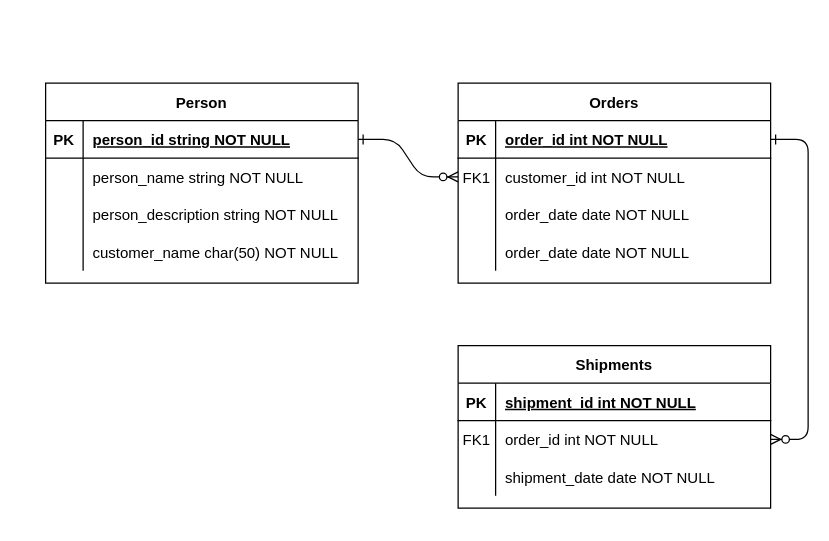
Earlier version of the draw.io diagram NamesRememberer_relation.drawio (emiletremblay01/components-peripherie2). Source tidied: cells renumbered, new cells numbered last; positions are measured from the earlier drawing's top-left corner, leaving out a move shared by most shapes. Both pictures are drawn from the tidied source at 125%, with x=0, y=0 at pixel (45, 82).
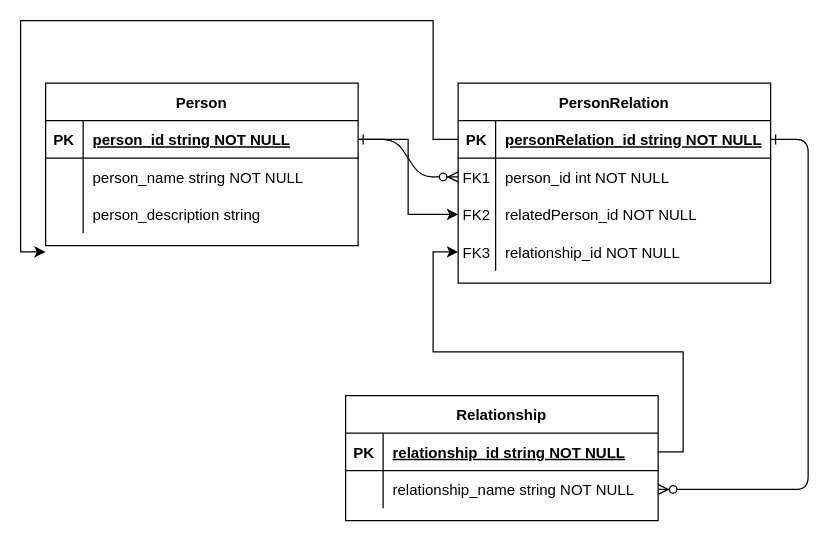
After the change.

Commit message:
updtate: relationtable

Unchanged cells that the change refers to:
```xml
<mxCell id="5" style="shape=partialRectangle;fillColor=none;points=[[0,0.5],[1,0.5]];portConstraint=eastwest;top=0;left=0;right=0;bottom=1;" parent="4" vertex="1">
  <mxGeometry y="30" width="250" height="30" as="geometry" />
</mxCell>
<mxCell id="8" style="shape=partialRectangle;fillColor=none;points=[[0,0.5],[1,0.5]];portConstraint=eastwest;top=0;left=0;right=0;bottom=0;" parent="4" vertex="1">
  <mxGeometry y="60" width="250" height="30" as="geometry" />
</mxCell>
<mxCell id="18" style="shape=partialRectangle;fillColor=none;points=[[0,0.5],[1,0.5]];portConstraint=eastwest;top=0;left=0;right=0;bottom=1;" parent="17" vertex="1">
  <mxGeometry y="30" width="250" height="30" as="geometry" />
</mxCell>
<mxCell id="21" style="shape=partialRectangle;fillColor=none;points=[[0,0.5],[1,0.5]];portConstraint=eastwest;top=0;left=0;right=0;bottom=0;" parent="17" vertex="1">
  <mxGeometry y="60" width="250" height="30" as="geometry" />
</mxCell>
<mxCell id="28" style="shape=partialRectangle;fillColor=none;points=[[0,0.5],[1,0.5]];portConstraint=eastwest;top=0;left=0;right=0;bottom=1;" parent="27" vertex="1">
  <mxGeometry y="30" width="250" height="30" as="geometry" />
</mxCell>
<mxCell id="34" style="shape=partialRectangle;fillColor=none;top=0;left=0;right=0;bottom=0;" parent="27" vertex="1">
  <mxGeometry y="90" width="250" height="30" as="geometry" />
</mxCell>
```

Change to the diagram source:
```diff
@@
-    <mxCell id="4" value="Orders" style="shape=table;startSize=30;childLayout=tableLayout;rowLines=0;fontStyle=1;align=center;" parent="1" vertex="1">
+    <mxCell id="4" value="PersonRelation" style="shape=table;startSize=30;childLayout=tableLayout;rowLines=0;fontStyle=1;align=center;" parent="1" vertex="1">
       <mxGeometry x="330" width="250" height="160" as="geometry" />
     </mxCell>
@@
-    <mxCell id="7" value="order_id int NOT NULL " style="shape=partialRectangle;overflow=hidden;fillColor=none;top=0;left=0;bottom=0;right=0;align=left;spacingLeft=6;fontStyle=5;" parent="5" vertex="1">
+    <mxCell id="7" value="personRelation_id string NOT NULL" style="shape=partialRectangle;overflow=hidden;fillColor=none;top=0;left=0;bottom=0;right=0;align=left;spacingLeft=6;fontStyle=5;" parent="5" vertex="1">
       <mxGeometry x="30" width="220" height="30" as="geometry" />
     </mxCell>
@@
-    <mxCell id="10" value="customer_id int NOT NULL" style="shape=partialRectangle;overflow=hidden;fillColor=none;top=0;left=0;bottom=0;right=0;align=left;spacingLeft=6;" parent="8" vertex="1">
+    <mxCell id="10" value="person_id int NOT NULL" style="shape=partialRectangle;overflow=hidden;fillColor=none;top=0;left=0;bottom=0;right=0;align=left;spacingLeft=6;" parent="8" vertex="1">
       <mxGeometry x="30" width="220" height="30" as="geometry" />
     </mxCell>
-    <mxCell id="11" style="shape=partialRectangle;fillColor=none;top=0;left=0;right=0;bottom=0;" parent="4" vertex="1">
-      <mxGeometry y="90" width="250" height="30" as="geometry" />
-    </mxCell>
-    <mxCell id="12" style="shape=partialRectangle;overflow=hidden;fillColor=none;top=0;left=0;bottom=0;right=0;" parent="11" vertex="1">
-      <mxGeometry width="30" height="30" as="geometry" />
-    </mxCell>
-    <mxCell id="13" value="order_date date NOT NULL" style="shape=partialRectangle;overflow=hidden;fillColor=none;top=0;left=0;bottom=0;right=0;align=left;spacingLeft=6;" parent="11" vertex="1">
-      <mxGeometry x="30" width="220" height="30" as="geometry" />
-    </mxCell>
     <mxCell id="14" style="shape=partialRectangle;fillColor=none;points=[[0,0.5],[1,0.5]];portConstraint=eastwest;top=0;left=0;right=0;bottom=0;" parent="4" vertex="1">
-      <mxGeometry y="120" width="250" height="30" as="geometry" />
+      <mxGeometry y="90" width="250" height="30" as="geometry" />
     </mxCell>
-    <mxCell id="15" style="shape=partialRectangle;overflow=hidden;fillColor=none;top=0;left=0;bottom=0;right=0;" parent="14" vertex="1">
+    <mxCell id="15" value="FK2" style="shape=partialRectangle;overflow=hidden;fillColor=none;top=0;left=0;bottom=0;right=0;" parent="14" vertex="1">
       <mxGeometry width="30" height="30" as="geometry" />
     </mxCell>
-    <mxCell id="16" value="order_date date NOT NULL" style="shape=partialRectangle;overflow=hidden;fillColor=none;top=0;left=0;bottom=0;right=0;align=left;spacingLeft=6;" parent="14" vertex="1">
+    <mxCell id="16" value="relatedPerson_id NOT NULL" style="shape=partialRectangle;overflow=hidden;fillColor=none;top=0;left=0;bottom=0;right=0;align=left;spacingLeft=6;" parent="14" vertex="1">
       <mxGeometry x="30" width="220" height="30" as="geometry" />
     </mxCell>
+    <mxCell id="37" style="shape=partialRectangle;fillColor=none;points=[[0,0.5],[1,0.5]];portConstraint=eastwest;top=0;left=0;right=0;bottom=0;" parent="4" vertex="1">
+      <mxGeometry y="120" width="250" height="30" as="geometry" />
+    </mxCell>
+    <mxCell id="40" value="FK3" style="shape=partialRectangle;overflow=hidden;fillColor=none;top=0;left=0;bottom=0;right=0;" parent="37" vertex="1">
+      <mxGeometry width="30" height="30" as="geometry" />
+    </mxCell>
+    <mxCell id="41" value="relationship_id NOT NULL" style="shape=partialRectangle;overflow=hidden;fillColor=none;top=0;left=0;bottom=0;right=0;align=left;spacingLeft=6;" parent="37" vertex="1">
+      <mxGeometry x="30" width="220" height="30" as="geometry" />
+    </mxCell>
-    <mxCell id="17" value="Shipments" style="shape=table;startSize=30;childLayout=tableLayout;rowLines=0;fontStyle=1;align=center;" parent="1" vertex="1">
-      <mxGeometry x="330" y="210" width="250" height="130" as="geometry" />
+    <mxCell id="17" value="Relationship" style="shape=table;startSize=30;childLayout=tableLayout;rowLines=0;fontStyle=1;align=center;" parent="1" vertex="1">
+      <mxGeometry x="240" y="250" width="250" height="100" as="geometry" />
     </mxCell>
@@
-    <mxCell id="20" value="shipment_id int NOT NULL " style="shape=partialRectangle;overflow=hidden;fillColor=none;top=0;left=0;bottom=0;right=0;align=left;spacingLeft=6;fontStyle=5;" parent="18" vertex="1">
+    <mxCell id="20" value="relationship_id string NOT NULL" style="shape=partialRectangle;overflow=hidden;fillColor=none;top=0;left=0;bottom=0;right=0;align=left;spacingLeft=6;fontStyle=5;" parent="18" vertex="1">
       <mxGeometry x="30" width="220" height="30" as="geometry" />
     </mxCell>
@@
-    <mxCell id="22" value="FK1" style="shape=partialRectangle;overflow=hidden;fillColor=none;top=0;left=0;bottom=0;right=0;" parent="21" vertex="1">
+    <mxCell id="22" style="shape=partialRectangle;overflow=hidden;fillColor=none;top=0;left=0;bottom=0;right=0;" parent="21" vertex="1">
       <mxGeometry width="30" height="30" as="geometry" />
     </mxCell>
-    <mxCell id="23" value="order_id int NOT NULL" style="shape=partialRectangle;overflow=hidden;fillColor=none;top=0;left=0;bottom=0;right=0;align=left;spacingLeft=6;" parent="21" vertex="1">
+    <mxCell id="23" value="relationship_name string NOT NULL" style="shape=partialRectangle;overflow=hidden;fillColor=none;top=0;left=0;bottom=0;right=0;align=left;spacingLeft=6;" parent="21" vertex="1">
       <mxGeometry x="30" width="220" height="30" as="geometry" />
     </mxCell>
-    <mxCell id="24" style="shape=partialRectangle;fillColor=none;top=0;left=0;right=0;bottom=0;" parent="17" vertex="1">
-      <mxGeometry y="90" width="250" height="30" as="geometry" />
-    </mxCell>
-    <mxCell id="25" style="shape=partialRectangle;overflow=hidden;fillColor=none;top=0;left=0;bottom=0;right=0;" parent="24" vertex="1">
-      <mxGeometry width="30" height="30" as="geometry" />
-    </mxCell>
-    <mxCell id="26" value="shipment_date date NOT NULL" style="shape=partialRectangle;overflow=hidden;fillColor=none;top=0;left=0;bottom=0;right=0;align=left;spacingLeft=6;" parent="24" vertex="1">
-      <mxGeometry x="30" width="220" height="30" as="geometry" />
-    </mxCell>
     <mxCell id="27" value="Person" style="shape=table;startSize=30;childLayout=tableLayout;rowLines=0;fontStyle=1;align=center;" parent="1" vertex="1">
-      <mxGeometry width="250" height="160" as="geometry" />
+      <mxGeometry width="250" height="130" as="geometry" />
     </mxCell>
@@
-    <mxCell id="36" value="person_description string NOT NULL" style="shape=partialRectangle;overflow=hidden;fillColor=none;top=0;left=0;bottom=0;right=0;align=left;spacingLeft=6;" parent="34" vertex="1">
+    <mxCell id="36" value="person_description string" style="shape=partialRectangle;overflow=hidden;fillColor=none;top=0;left=0;bottom=0;right=0;align=left;spacingLeft=6;" parent="34" vertex="1">
       <mxGeometry x="30" width="220" height="30" as="geometry" />
     </mxCell>
-    <mxCell id="37" style="shape=partialRectangle;fillColor=none;points=[[0,0.5],[1,0.5]];portConstraint=eastwest;top=0;left=0;right=0;bottom=0;" parent="27" vertex="1">
-      <mxGeometry y="120" width="250" height="30" as="geometry" />
-    </mxCell>
-    <mxCell id="38" style="shape=partialRectangle;overflow=hidden;fillColor=none;top=0;left=0;bottom=0;right=0;" parent="37" vertex="1">
-      <mxGeometry width="30" height="30" as="geometry" />
-    </mxCell>
-    <mxCell id="39" value="customer_name char(50) NOT NULL" style="shape=partialRectangle;overflow=hidden;fillColor=none;top=0;left=0;bottom=0;right=0;align=left;spacingLeft=6;" parent="37" vertex="1">
-      <mxGeometry x="30" width="220" height="30" as="geometry" />
-    </mxCell>
+    <mxCell id="42" style="edgeStyle=orthogonalEdgeStyle;rounded=0;jettySize=auto;html=1;entryX=0;entryY=0.5;entryDx=0;entryDy=0;" parent="1" edge="1" source="5">
+      <mxGeometry relative="1" as="geometry">
+        <mxPoint y="135" as="targetPoint" />
+        <Array as="points">
+          <mxPoint x="310" y="45" />
+          <mxPoint x="310" y="-50" />
+          <mxPoint x="-20" y="-50" />
+          <mxPoint x="-20" y="135" />
+        </Array>
+      </mxGeometry>
+    </mxCell>
+    <mxCell id="43" style="edgeStyle=orthogonalEdgeStyle;rounded=0;jettySize=auto;html=1;" parent="1" edge="1" source="28" target="14">
+      <mxGeometry relative="1" as="geometry">
+        <Array as="points">
+          <mxPoint x="290" y="45" />
+          <mxPoint x="290" y="105" />
+        </Array>
+      </mxGeometry>
+    </mxCell>
+    <mxCell id="44" style="edgeStyle=orthogonalEdgeStyle;rounded=0;jettySize=auto;html=1;" parent="1" edge="1" source="18" target="37">
+      <mxGeometry relative="1" as="geometry" />
+    </mxCell>
```
